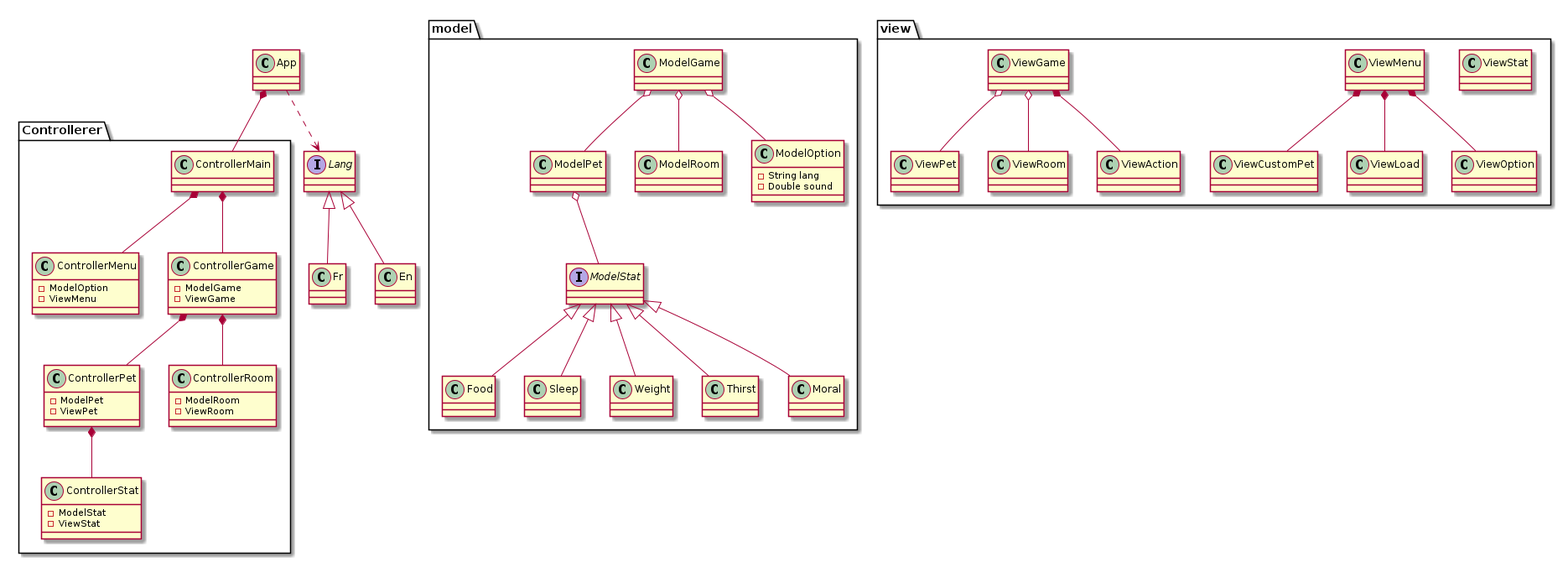
This is diagrams/png/diagram-class.png from 83NJAM1/Tamagotchi, a PlantUML export, as it was before one commit. Its source is kept beside it as diagrams/diagram-class.puml.
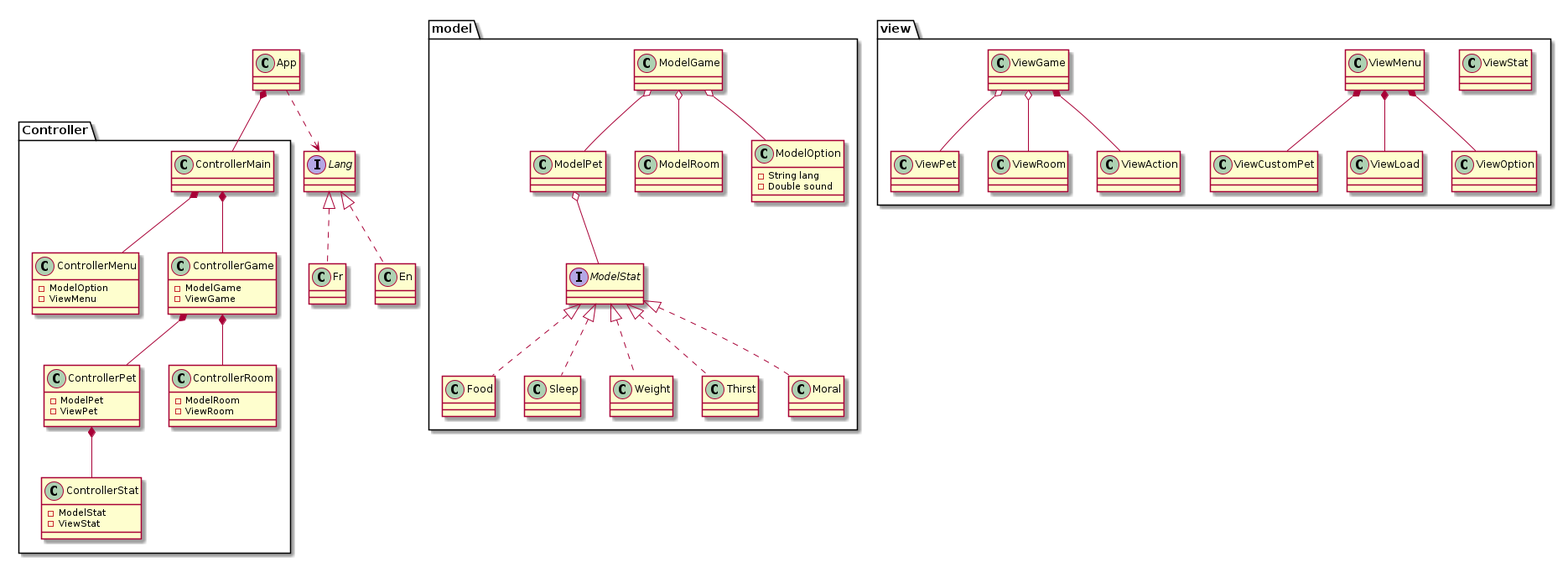
Above is the later version.

Commit message:
update - diagram-class

The edit, as a diff of the source:
```diff
@@ -5,12 +5,11 @@
 App ..> Lang
 class Fr
 Class En
-Lang <|-- Fr
-Lang <|-- En
+Lang <|.. Fr
+Lang <|.. En
 
 package model {
     class ModelPet
-    interface ModelRoom
     class ModelRoom
     class ModelGame
     class ModelOption {
@@ -23,11 +22,11 @@
     class Weight
     class Thirst
     class Moral
-    ModelStat <|-- Food
-    ModelStat <|-- Sleep
-    ModelStat <|-- Weight
-    ModelStat <|-- Thirst
-    ModelStat <|-- Moral
+    ModelStat <|.. Food
+    ModelStat <|.. Sleep
+    ModelStat <|.. Weight
+    ModelStat <|.. Thirst
+    ModelStat <|.. Moral
     ModelPet o-- ModelStat
     ModelGame o-- ModelPet
     ModelGame o-- ModelRoom
```
